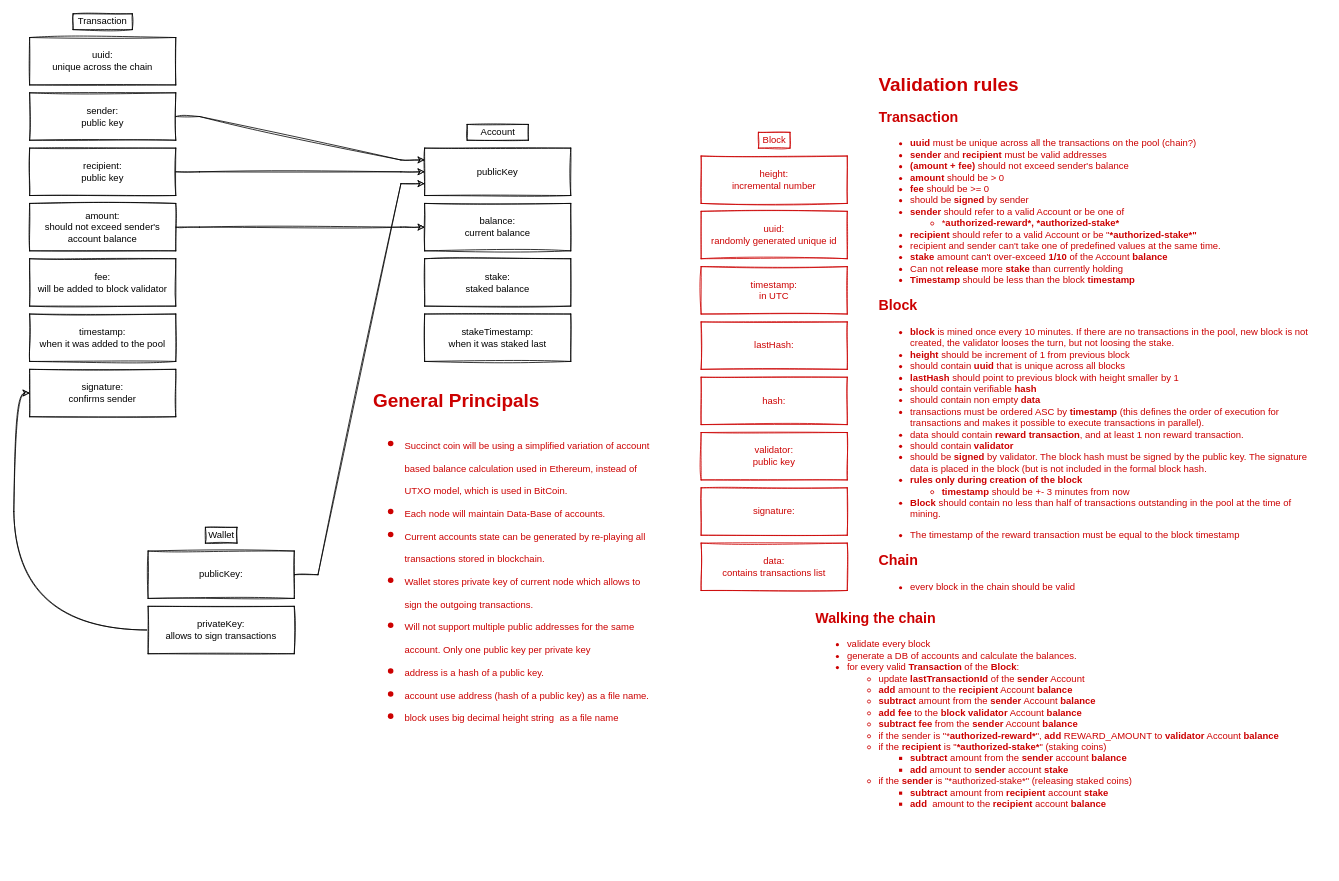
The draw.io diagram docs/Transaction Structure Diagram.drawio in echowaves/succinctcoin, before the edit. Source tidied: cells renumbered, new cells numbered last; positions are measured from the earlier drawing's top-left corner, leaving out a move shared by most shapes. Both pictures are drawn from the tidied source at 79%, with x=0, y=0 at pixel (29, 13).
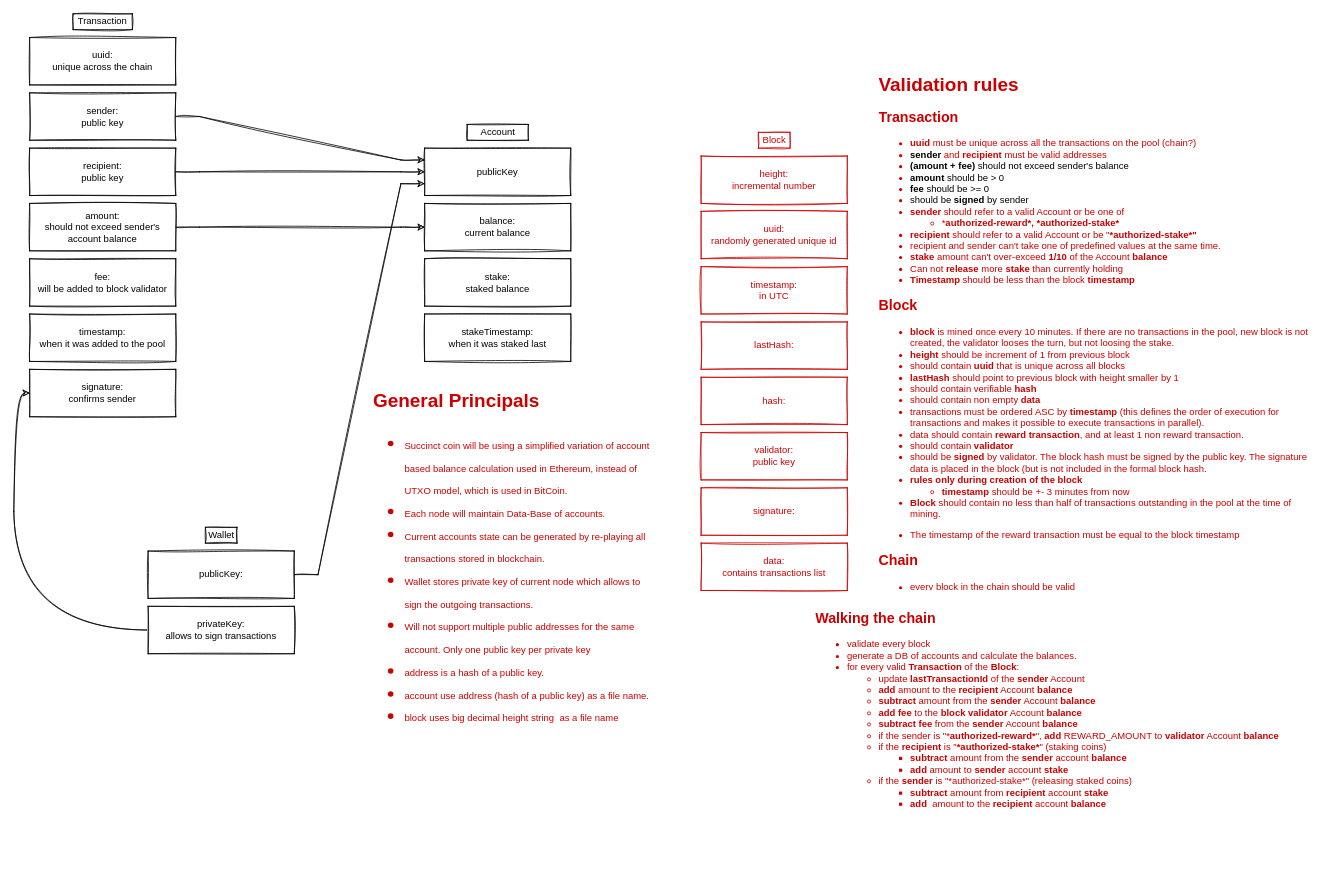
The same page after the edit.

Commit message (it also covers changes not shown here):
transaction validation rules

Change to the diagram source:
```diff
@@
-    <mxCell id="30" value="&lt;h1&gt;Validation rules&lt;/h1&gt;&lt;h2&gt;Transaction&lt;/h2&gt;&lt;div&gt;&lt;ul&gt;&lt;li&gt;&lt;b&gt;uuid&lt;/b&gt; must be unique across all the transactions on the pool (chain?)&lt;/li&gt;&lt;li&gt;&lt;b&gt;sender&lt;/b&gt; and &lt;b&gt;recipient&lt;/b&gt; must be valid addresses&lt;/li&gt;&lt;li&gt;&lt;b&gt;(amount + fee)&lt;/b&gt;&lt;span&gt; should not exceed sender's balance&lt;/span&gt;&lt;br&gt;&lt;/li&gt;&lt;li&gt;&lt;b&gt;amount&lt;/b&gt; should be &amp;gt; 0&lt;/li&gt;&lt;li&gt;&lt;b&gt;fee&lt;/b&gt;&amp;nbsp;should be &amp;gt;= 0&lt;/li&gt;&lt;li&gt;should be &lt;b&gt;signed&lt;/b&gt; by sender&lt;/li&gt;&lt;li&gt;&lt;b&gt;sender&lt;/b&gt; should refer to a valid Account or be one of&lt;/li&gt;&lt;ul&gt;&lt;li&gt;*&lt;b&gt;authorized-reward*,&amp;nbsp;&lt;/b&gt;&lt;b&gt;*authorized-stake*&lt;/b&gt;&lt;br&gt;&lt;/li&gt;&lt;/ul&gt;&lt;li&gt;&lt;b&gt;recipient &lt;/b&gt;should refer to a valid Account or be &quot;&lt;b&gt;*authorized-stake*&quot;&lt;/b&gt;&lt;/li&gt;&lt;li&gt;recipient and sender can't take one of predefined values at the same time.&lt;/li&gt;&lt;li&gt;&lt;b&gt;stake &lt;/b&gt;amount can't over-exceed &lt;b&gt;1/10&lt;/b&gt; of the Account &lt;b&gt;balance&lt;/b&gt;&lt;/li&gt;&lt;li&gt;Can not &lt;b&gt;release&lt;/b&gt; more &lt;b&gt;stake&lt;/b&gt; than currently holding&lt;/li&gt;&lt;li&gt;&lt;b&gt;Timestamp &lt;/b&gt;should be less than the block &lt;b&gt;timestamp&lt;/b&gt;&lt;/li&gt;&lt;/ul&gt;&lt;/div&gt;&lt;h2&gt;Block&lt;/h2&gt;&lt;div&gt;&lt;ul&gt;&lt;li&gt;&lt;b&gt;block &lt;/b&gt;is mined once every 10 minutes. If there are no transactions in the pool, new block is not created, the validator looses the turn, but not loosing the stake.&lt;/li&gt;&lt;li&gt;&lt;b&gt;height&lt;/b&gt; should be increment of 1 from previous block&lt;/li&gt;&lt;li&gt;should contain &lt;b&gt;uuid &lt;/b&gt;that is unique across all blocks&lt;/li&gt;&lt;li&gt;&lt;b&gt;lastHash&lt;/b&gt; should point to previous block with height smaller by 1&lt;/li&gt;&lt;li&gt;should contain verifiable &lt;b&gt;hash&lt;/b&gt;&lt;/li&gt;&lt;li&gt;should contain non empty &lt;b&gt;data&lt;/b&gt;&amp;nbsp;&amp;nbsp;&lt;/li&gt;&lt;li&gt;transactions must be ordered ASC by &lt;b&gt;timestamp &lt;/b&gt;(this defines the order of execution for transactions and makes it possible to execute transactions in parallel).&lt;/li&gt;&lt;li&gt;data should contain &lt;b&gt;reward transaction&lt;/b&gt;, and at least 1 non reward transaction.&lt;/li&gt;&lt;li&gt;should contain &lt;b&gt;validator&lt;/b&gt;&lt;/li&gt;&lt;li&gt;should be &lt;b&gt;signed&lt;/b&gt; by validator. The block hash must be signed by the public key. The signature data is placed in the block (but is not included in the formal block hash.&lt;/li&gt;&lt;li&gt;&lt;b&gt;rules only during creation of the block&lt;/b&gt;&lt;/li&gt;&lt;ul&gt;&lt;li&gt;&lt;b&gt;timestamp&lt;/b&gt; should be +- 3 minutes from now&lt;/li&gt;&lt;/ul&gt;&lt;li&gt;&lt;b&gt;Block &lt;/b&gt;should contain no less than half of transactions outstanding in the pool at the time of mining.&lt;/li&gt;&lt;/ul&gt;&lt;p&gt;&lt;/p&gt;&lt;ul&gt;&lt;li&gt;&lt;span style=&quot;background-color: rgb(255 , 255 , 255)&quot;&gt;&lt;font style=&quot;font-size: 12px&quot;&gt;The timestamp of the reward transaction must be equal to the block timestamp&lt;/font&gt;&lt;/span&gt;&lt;/li&gt;&lt;/ul&gt;&lt;p&gt;&lt;/p&gt;&lt;/div&gt;&lt;h2&gt;Chain&lt;/h2&gt;&lt;div&gt;&lt;ul&gt;&lt;li&gt;every block in the chain should be valid&lt;/li&gt;&lt;/ul&gt;&lt;div&gt;&lt;br&gt;&lt;/div&gt;&lt;/div&gt;&lt;h2&gt;&lt;br&gt;&lt;/h2&gt;" style="text;html=1;fillColor=none;spacing=5;spacingTop=-20;whiteSpace=wrap;overflow=hidden;rounded=0;sketch=1;fontColor=#CC0000;" parent="1" vertex="1">
+    <mxCell id="30" value="&lt;h1&gt;Validation rules&lt;/h1&gt;&lt;h2&gt;Transaction&lt;/h2&gt;&lt;div&gt;&lt;ul&gt;&lt;li&gt;&lt;b&gt;uuid&lt;/b&gt; must be unique across all the transactions on the pool (chain?)&lt;/li&gt;&lt;li&gt;&lt;b&gt;&lt;font color=&quot;#000000&quot;&gt;sender&lt;/font&gt;&lt;/b&gt; and &lt;b&gt;recipient&lt;/b&gt; must be valid addresses&lt;/li&gt;&lt;li&gt;&lt;font color=&quot;#000000&quot;&gt;&lt;b&gt;(amount + fee)&lt;/b&gt;&lt;span&gt; should not exceed sender's balance&lt;/span&gt;&lt;br&gt;&lt;/font&gt;&lt;/li&gt;&lt;li&gt;&lt;font color=&quot;#000000&quot;&gt;&lt;b&gt;amount&lt;/b&gt; should be &amp;gt; 0&lt;/font&gt;&lt;/li&gt;&lt;li&gt;&lt;font color=&quot;#000000&quot;&gt;&lt;b&gt;fee&lt;/b&gt;&amp;nbsp;should be &amp;gt;= 0&lt;/font&gt;&lt;/li&gt;&lt;li&gt;&lt;font color=&quot;#000000&quot;&gt;should be &lt;b&gt;signed&lt;/b&gt; by sender&lt;/font&gt;&lt;/li&gt;&lt;li&gt;&lt;b&gt;sender&lt;/b&gt; should refer to a valid Account or be one of&lt;/li&gt;&lt;ul&gt;&lt;li&gt;*&lt;b&gt;authorized-reward*,&amp;nbsp;&lt;/b&gt;&lt;b&gt;*authorized-stake*&lt;/b&gt;&lt;br&gt;&lt;/li&gt;&lt;/ul&gt;&lt;li&gt;&lt;b&gt;recipient &lt;/b&gt;should refer to a valid Account or be &quot;&lt;b&gt;*authorized-stake*&quot;&lt;/b&gt;&lt;/li&gt;&lt;li&gt;recipient and sender can't take one of predefined values at the same time.&lt;/li&gt;&lt;li&gt;&lt;b&gt;stake &lt;/b&gt;amount can't over-exceed &lt;b&gt;1/10&lt;/b&gt; of the Account &lt;b&gt;balance&lt;/b&gt;&lt;/li&gt;&lt;li&gt;Can not &lt;b&gt;release&lt;/b&gt; more &lt;b&gt;stake&lt;/b&gt; than currently holding&lt;/li&gt;&lt;li&gt;&lt;b&gt;Timestamp &lt;/b&gt;should be less than the block &lt;b&gt;timestamp&lt;/b&gt;&lt;/li&gt;&lt;/ul&gt;&lt;/div&gt;&lt;h2&gt;Block&lt;/h2&gt;&lt;div&gt;&lt;ul&gt;&lt;li&gt;&lt;b&gt;block &lt;/b&gt;is mined once every 10 minutes. If there are no transactions in the pool, new block is not created, the validator looses the turn, but not loosing the stake.&lt;/li&gt;&lt;li&gt;&lt;b&gt;height&lt;/b&gt; should be increment of 1 from previous block&lt;/li&gt;&lt;li&gt;should contain &lt;b&gt;uuid &lt;/b&gt;that is unique across all blocks&lt;/li&gt;&lt;li&gt;&lt;b&gt;lastHash&lt;/b&gt; should point to previous block with height smaller by 1&lt;/li&gt;&lt;li&gt;should contain verifiable &lt;b&gt;hash&lt;/b&gt;&lt;/li&gt;&lt;li&gt;should contain non empty &lt;b&gt;data&lt;/b&gt;&amp;nbsp;&amp;nbsp;&lt;/li&gt;&lt;li&gt;transactions must be ordered ASC by &lt;b&gt;timestamp &lt;/b&gt;(this defines the order of execution for transactions and makes it possible to execute transactions in parallel).&lt;/li&gt;&lt;li&gt;data should contain &lt;b&gt;reward transaction&lt;/b&gt;, and at least 1 non reward transaction.&lt;/li&gt;&lt;li&gt;should contain &lt;b&gt;validator&lt;/b&gt;&lt;/li&gt;&lt;li&gt;should be &lt;b&gt;signed&lt;/b&gt; by validator. The block hash must be signed by the public key. The signature data is placed in the block (but is not included in the formal block hash.&lt;/li&gt;&lt;li&gt;&lt;b&gt;rules only during creation of the block&lt;/b&gt;&lt;/li&gt;&lt;ul&gt;&lt;li&gt;&lt;b&gt;timestamp&lt;/b&gt; should be +- 3 minutes from now&lt;/li&gt;&lt;/ul&gt;&lt;li&gt;&lt;b&gt;Block &lt;/b&gt;should contain no less than half of transactions outstanding in the pool at the time of mining.&lt;/li&gt;&lt;/ul&gt;&lt;p&gt;&lt;/p&gt;&lt;ul&gt;&lt;li&gt;&lt;span style=&quot;background-color: rgb(255 , 255 , 255)&quot;&gt;&lt;font style=&quot;font-size: 12px&quot;&gt;The timestamp of the reward transaction must be equal to the block timestamp&lt;/font&gt;&lt;/span&gt;&lt;/li&gt;&lt;/ul&gt;&lt;p&gt;&lt;/p&gt;&lt;/div&gt;&lt;h2&gt;Chain&lt;/h2&gt;&lt;div&gt;&lt;ul&gt;&lt;li&gt;every block in the chain should be valid&lt;/li&gt;&lt;/ul&gt;&lt;div&gt;&lt;br&gt;&lt;/div&gt;&lt;/div&gt;&lt;h2&gt;&lt;br&gt;&lt;/h2&gt;" style="text;html=1;fillColor=none;spacing=5;spacingTop=-20;whiteSpace=wrap;overflow=hidden;rounded=0;sketch=1;fontColor=#CC0000;" parent="1" vertex="1">
       <mxGeometry x="1070" y="70" width="560" height="660" as="geometry" />
     </mxCell>
```
